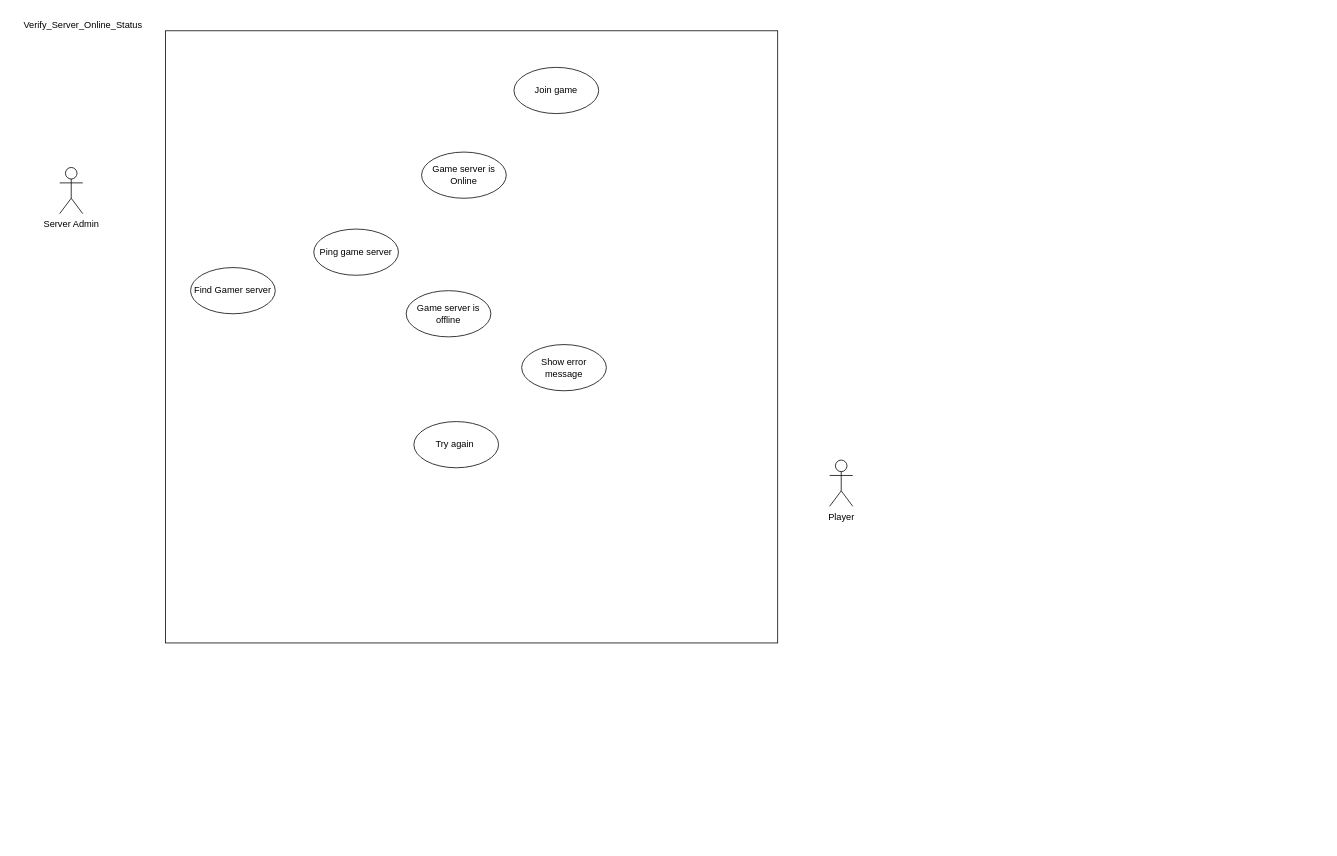
The draw.io diagram Verify_Server_Online_Status.drawio in farshadislam/Socketed-Multigame-GUI, before the edit. Source tidied: cells renumbered, new cells numbered last; positions are measured from the earlier drawing's top-left corner, leaving out a move shared by most shapes. Both pictures are drawn from the tidied source at 77%, with x=0, y=0 at pixel (13, 13).
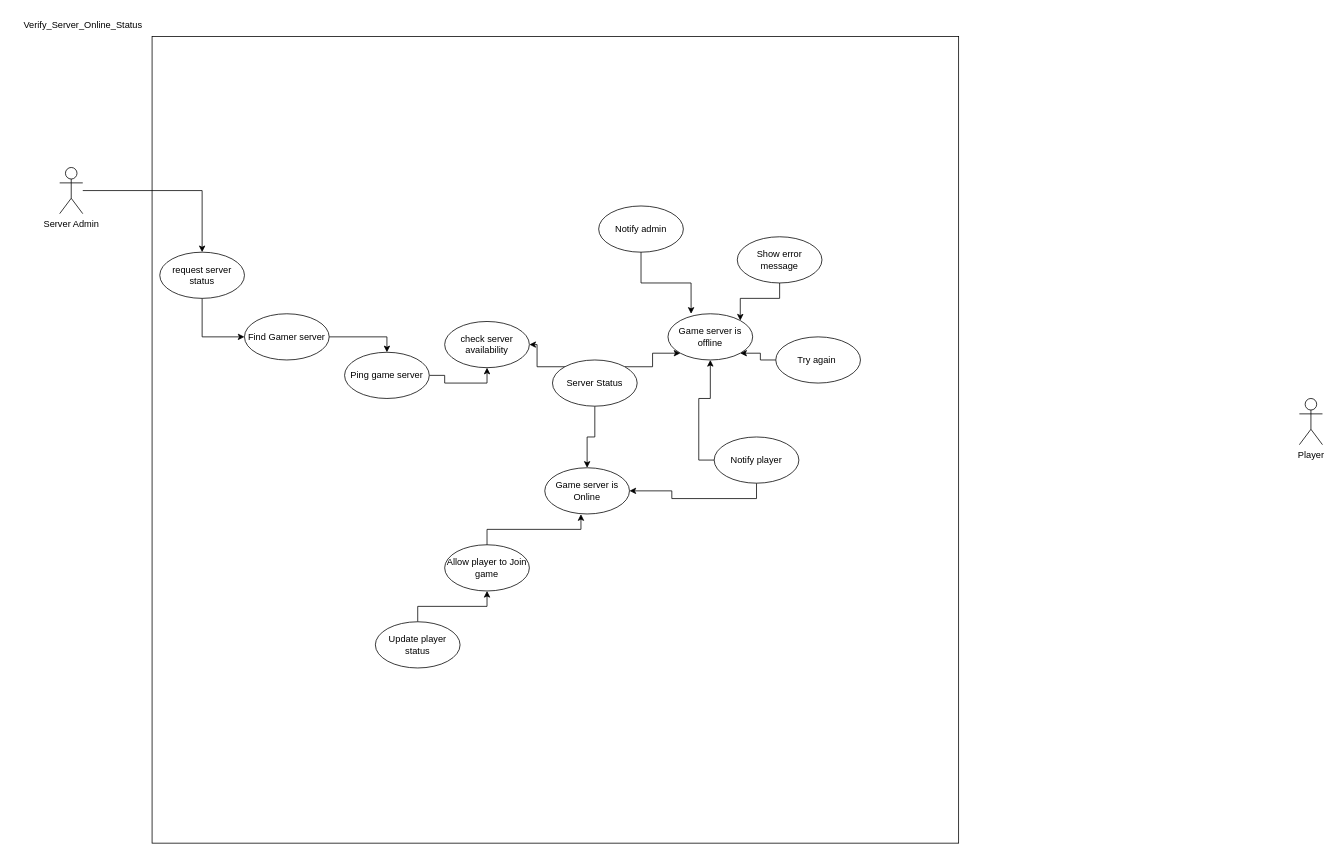
The same diagram, later.

Commit message (it also covers changes not shown here):
Worked on the draw.io files, making use case diagrams for Disconnect player, join match, Verify online status. Done with use cases, just need to work on the relationships between them

The change refers to these unchanged cells:
```xml
<mxCell id="3" value="Server Admin" style="shape=umlActor;verticalLabelPosition=bottom;verticalAlign=top;html=1;outlineConnect=0;" parent="1" vertex="1">
  <mxGeometry x="60" y="200" width="30" height="60" as="geometry" />
</mxCell>
```

The edit, as a diff of the source:
```diff
@@
     <mxCell id="2" style="whiteSpace=wrap;html=1;" parent="1" vertex="1">
-      <mxGeometry x="197.5" y="22.5" width="795" height="795" as="geometry" />
+      <mxGeometry x="180" y="30" width="1047.5" height="1047.5" as="geometry" />
     </mxCell>
+    <mxCell id="14" style="edgeStyle=orthogonalEdgeStyle;rounded=0;jettySize=auto;html=1;entryX=0.5;entryY=0;entryDx=0;entryDy=0;" parent="1" edge="1" source="3" target="20">
+      <mxGeometry relative="1" as="geometry" />
+    </mxCell>
@@
+    <mxCell id="15" style="edgeStyle=orthogonalEdgeStyle;rounded=0;jettySize=auto;html=1;exitX=1;exitY=0.5;exitDx=0;exitDy=0;entryX=0.5;entryY=0;entryDx=0;entryDy=0;" parent="1" edge="1" source="5" target="9">
+      <mxGeometry relative="1" as="geometry" />
+    </mxCell>
     <mxCell id="5" value="Find Gamer server" style="ellipse;whiteSpace=wrap;html=1;" parent="1" vertex="1">
-      <mxGeometry x="230" y="330" width="110" height="60" as="geometry" />
+      <mxGeometry x="300" y="390" width="110" height="60" as="geometry" />
     </mxCell>
@@
     <mxCell id="7" value="Game server is Online" style="ellipse;whiteSpace=wrap;html=1;" parent="1" vertex="1">
-      <mxGeometry x="530" y="180" width="110" height="60" as="geometry" />
+      <mxGeometry x="690" y="590" width="110" height="60" as="geometry" />
     </mxCell>
     <mxCell id="8" value="Game server is offline" style="ellipse;whiteSpace=wrap;html=1;" parent="1" vertex="1">
-      <mxGeometry x="510" y="360" width="110" height="60" as="geometry" />
+      <mxGeometry x="850" y="390" width="110" height="60" as="geometry" />
     </mxCell>
+    <mxCell id="16" style="edgeStyle=orthogonalEdgeStyle;rounded=0;jettySize=auto;html=1;exitX=1;exitY=0.5;exitDx=0;exitDy=0;entryX=0.5;entryY=1;entryDx=0;entryDy=0;" parent="1" edge="1" source="9" target="23">
+      <mxGeometry relative="1" as="geometry" />
+    </mxCell>
     <mxCell id="9" value="Ping game server" style="ellipse;whiteSpace=wrap;html=1;" parent="1" vertex="1">
-      <mxGeometry x="390" y="280" width="110" height="60" as="geometry" />
+      <mxGeometry x="430" y="440" width="110" height="60" as="geometry" />
     </mxCell>
-    <mxCell id="10" value="Join game" style="ellipse;whiteSpace=wrap;html=1;" parent="1" vertex="1">
-      <mxGeometry x="650" y="70" width="110" height="60" as="geometry" />
+    <mxCell id="10" value="Allow player to Join game" style="ellipse;whiteSpace=wrap;html=1;" parent="1" vertex="1">
+      <mxGeometry x="560" y="690" width="110" height="60" as="geometry" />
     </mxCell>
+    <mxCell id="17" style="edgeStyle=orthogonalEdgeStyle;rounded=0;jettySize=auto;html=1;exitX=0.5;exitY=1;exitDx=0;exitDy=0;entryX=1;entryY=0;entryDx=0;entryDy=0;" parent="1" edge="1" source="11" target="8">
+      <mxGeometry relative="1" as="geometry" />
+    </mxCell>
     <mxCell id="11" value="Show error message" style="ellipse;whiteSpace=wrap;html=1;" parent="1" vertex="1">
-      <mxGeometry x="660" y="430" width="110" height="60" as="geometry" />
+      <mxGeometry x="940" y="290" width="110" height="60" as="geometry" />
     </mxCell>
     <mxCell id="12" value="Player" style="shape=umlActor;verticalLabelPosition=bottom;verticalAlign=top;html=1;" parent="1" vertex="1">
-      <mxGeometry x="1060" y="580" width="30" height="60" as="geometry" />
+      <mxGeometry x="1670" y="500" width="30" height="60" as="geometry" />
     </mxCell>
+    <mxCell id="18" style="edgeStyle=orthogonalEdgeStyle;rounded=0;jettySize=auto;html=1;exitX=0;exitY=0.5;exitDx=0;exitDy=0;entryX=1;entryY=1;entryDx=0;entryDy=0;" parent="1" edge="1" source="13" target="8">
+      <mxGeometry relative="1" as="geometry" />
+    </mxCell>
     <mxCell id="13" value="Try again&amp;nbsp;" style="ellipse;whiteSpace=wrap;html=1;" parent="1" vertex="1">
-      <mxGeometry x="520" y="530" width="110" height="60" as="geometry" />
+      <mxGeometry x="990" y="420" width="110" height="60" as="geometry" />
     </mxCell>
+    <mxCell id="19" style="edgeStyle=orthogonalEdgeStyle;rounded=0;jettySize=auto;html=1;exitX=0.5;exitY=1;exitDx=0;exitDy=0;entryX=0;entryY=0.5;entryDx=0;entryDy=0;" parent="1" edge="1" source="20" target="5">
+      <mxGeometry relative="1" as="geometry" />
+    </mxCell>
+    <mxCell id="20" value="request server status" style="ellipse;whiteSpace=wrap;html=1;" parent="1" vertex="1">
+      <mxGeometry x="190" y="310" width="110" height="60" as="geometry" />
+    </mxCell>
+    <mxCell id="21" style="edgeStyle=orthogonalEdgeStyle;rounded=0;jettySize=auto;html=1;exitX=0.5;exitY=0;exitDx=0;exitDy=0;entryX=0.5;entryY=1;entryDx=0;entryDy=0;" parent="1" edge="1" source="22" target="10">
+      <mxGeometry relative="1" as="geometry" />
+    </mxCell>
+    <mxCell id="22" value="Update player status" style="ellipse;whiteSpace=wrap;html=1;" parent="1" vertex="1">
+      <mxGeometry x="470" y="790" width="110" height="60" as="geometry" />
+    </mxCell>
+    <mxCell id="23" value="check server availability" style="ellipse;whiteSpace=wrap;html=1;" parent="1" vertex="1">
+      <mxGeometry x="560" y="400" width="110" height="60" as="geometry" />
+    </mxCell>
+    <mxCell id="24" style="edgeStyle=orthogonalEdgeStyle;rounded=0;jettySize=auto;html=1;exitX=0;exitY=0;exitDx=0;exitDy=0;entryX=1;entryY=0.5;entryDx=0;entryDy=0;" parent="1" edge="1" source="27" target="23">
+      <mxGeometry relative="1" as="geometry" />
+    </mxCell>
+    <mxCell id="25" style="edgeStyle=orthogonalEdgeStyle;rounded=0;jettySize=auto;html=1;exitX=1;exitY=0;exitDx=0;exitDy=0;entryX=0;entryY=1;entryDx=0;entryDy=0;" parent="1" edge="1" source="27" target="8">
+      <mxGeometry relative="1" as="geometry" />
+    </mxCell>
+    <mxCell id="26" style="edgeStyle=orthogonalEdgeStyle;rounded=0;jettySize=auto;html=1;entryX=0.5;entryY=0;entryDx=0;entryDy=0;" parent="1" edge="1" source="27" target="7">
+      <mxGeometry relative="1" as="geometry" />
+    </mxCell>
+    <mxCell id="27" value="Server Status" style="ellipse;whiteSpace=wrap;html=1;" parent="1" vertex="1">
+      <mxGeometry x="700" y="450" width="110" height="60" as="geometry" />
+    </mxCell>
+    <mxCell id="28" style="edgeStyle=orthogonalEdgeStyle;rounded=0;jettySize=auto;html=1;exitX=0;exitY=0.5;exitDx=0;exitDy=0;entryX=0.5;entryY=1;entryDx=0;entryDy=0;" parent="1" edge="1" source="30" target="8">
+      <mxGeometry relative="1" as="geometry" />
+    </mxCell>
+    <mxCell id="29" style="edgeStyle=orthogonalEdgeStyle;rounded=0;jettySize=auto;html=1;exitX=0.5;exitY=1;exitDx=0;exitDy=0;" parent="1" edge="1" source="30" target="7">
+      <mxGeometry relative="1" as="geometry" />
+    </mxCell>
+    <mxCell id="30" value="Notify player" style="ellipse;whiteSpace=wrap;html=1;" parent="1" vertex="1">
+      <mxGeometry x="910" y="550" width="110" height="60" as="geometry" />
+    </mxCell>
+    <mxCell id="31" value="Notify admin" style="ellipse;whiteSpace=wrap;html=1;" parent="1" vertex="1">
+      <mxGeometry x="760" y="250" width="110" height="60" as="geometry" />
+    </mxCell>
+    <mxCell id="32" style="edgeStyle=orthogonalEdgeStyle;rounded=0;jettySize=auto;html=1;exitX=0.5;exitY=1;exitDx=0;exitDy=0;entryX=0.273;entryY=0;entryDx=0;entryDy=0;entryPerimeter=0;" parent="1" edge="1" source="31" target="8">
+      <mxGeometry relative="1" as="geometry" />
+    </mxCell>
+    <mxCell id="33" style="edgeStyle=orthogonalEdgeStyle;rounded=0;jettySize=auto;html=1;exitX=0.5;exitY=0;exitDx=0;exitDy=0;entryX=0.427;entryY=1.005;entryDx=0;entryDy=0;entryPerimeter=0;" parent="1" edge="1" source="10" target="7">
+      <mxGeometry relative="1" as="geometry" />
+    </mxCell>
```
